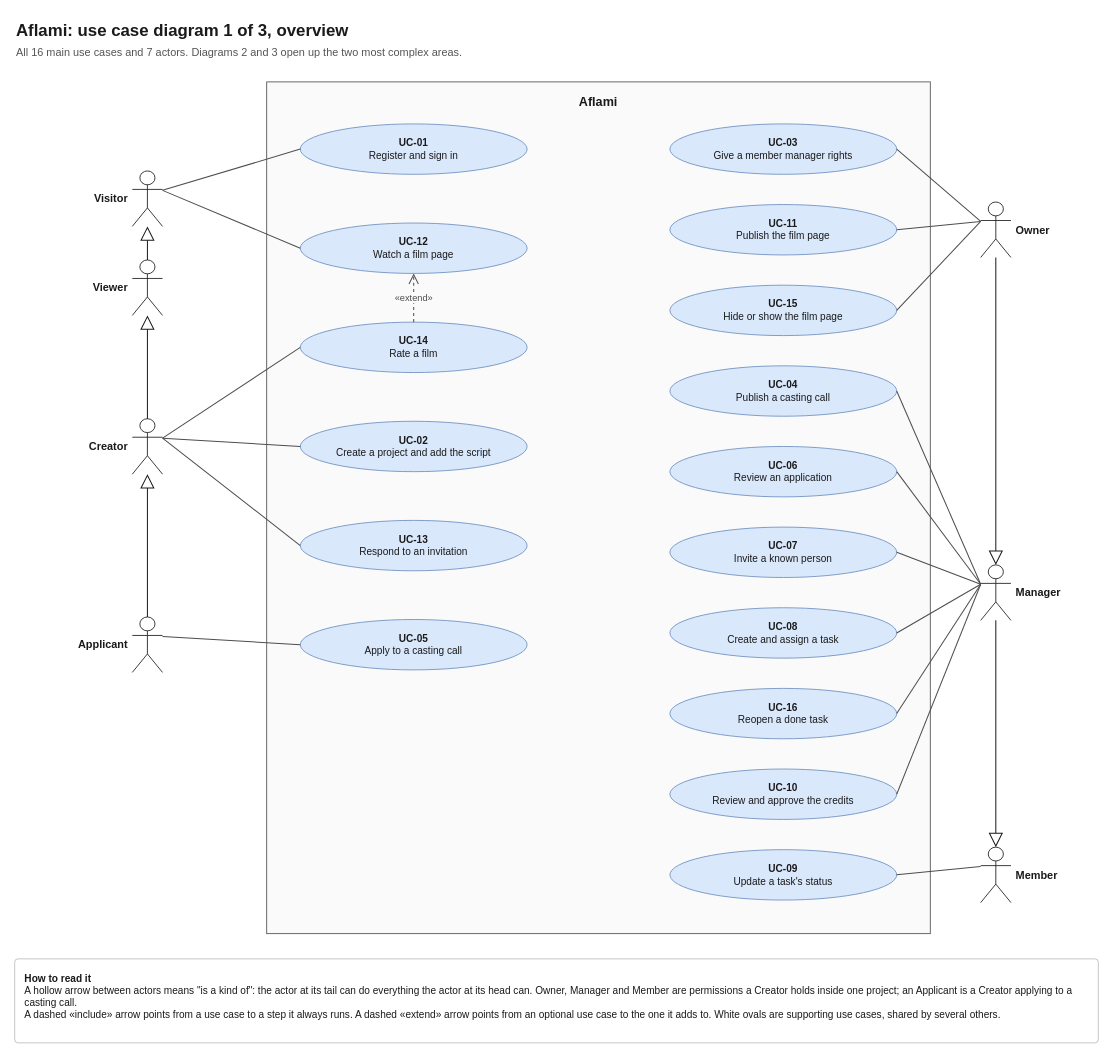
Before: design/diagrams/Aflami_Use_Case_Diagram.drawio in Anas-Azib/Aflami, a draw.io diagram. Source tidied: cells renumbered, new cells numbered last; positions are measured from the earlier drawing's top-left corner, leaving out a move shared by most shapes. Both pictures are drawn from the tidied source at 84%, with x=0, y=0 at pixel (14, 14).
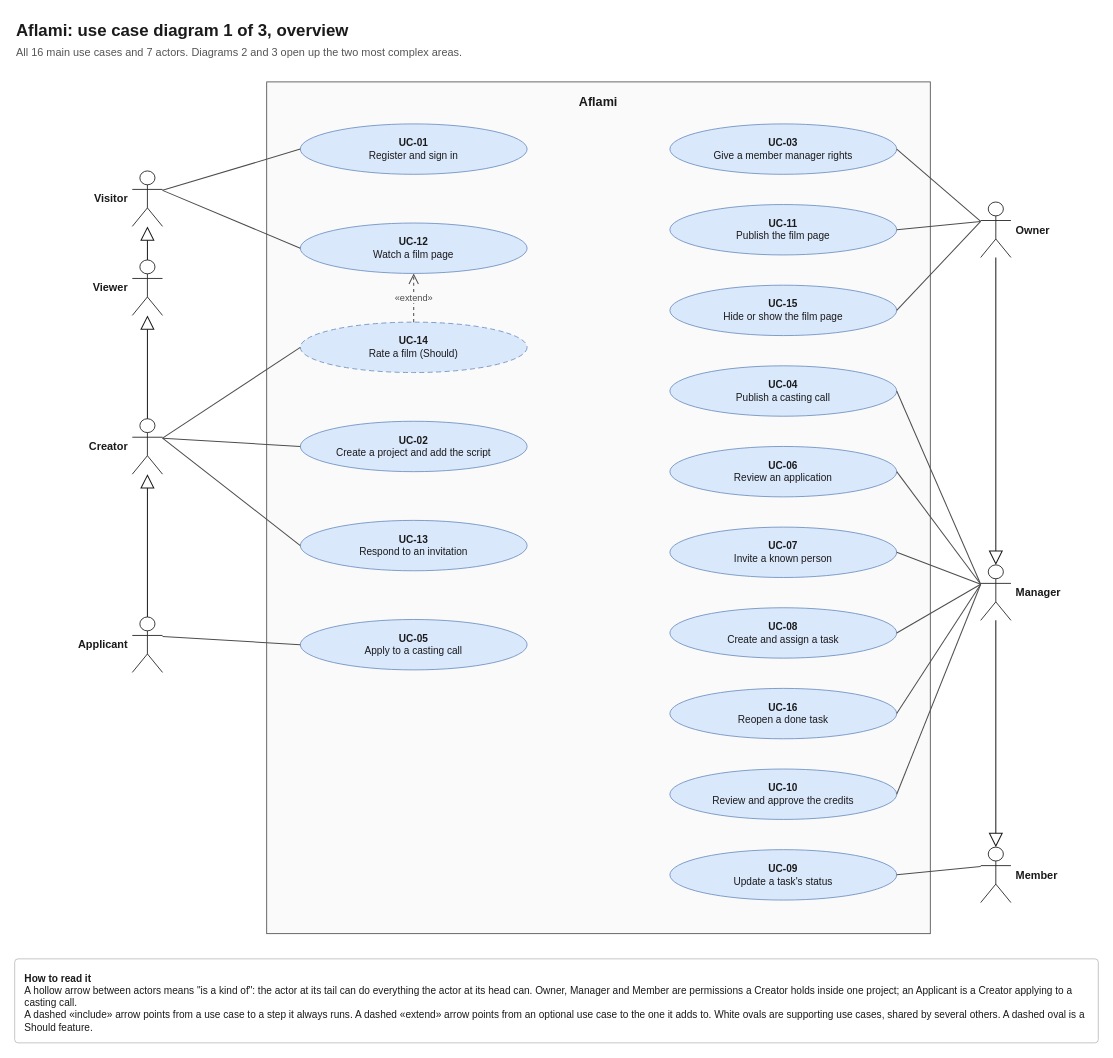
Above is the later version.

The edit, as a diff of the source:
```diff
@@
-    <mxCell id="6" value="&lt;b&gt;UC-14&lt;/b&gt;&lt;br&gt;Rate a film" style="ellipse;whiteSpace=wrap;html=1;fillColor=#DAE8FC;strokeColor=#6C8EBF;fontSize=12;fontColor=#1A1A1A;spacing=8;dashed=0;" parent="1" vertex="1">
+    <mxCell id="6" value="&lt;b&gt;UC-14&lt;/b&gt;&lt;br&gt;Rate a film (Should)" style="ellipse;whiteSpace=wrap;html=1;fillColor=#DAE8FC;strokeColor=#6C8EBF;fontSize=12;fontColor=#1A1A1A;spacing=8;dashed=1;dashPattern=6 4;" parent="1" vertex="1">
       <mxGeometry x="340" y="366" width="270" height="60" as="geometry" />
     </mxCell>
@@
-    <mxCell id="49" value="&lt;b&gt;How to read it&lt;/b&gt;&lt;br&gt;A hollow arrow between actors means &quot;is a kind of&quot;: the actor at its tail can do everything the actor at its head can. Owner, Manager and Member are permissions a Creator holds inside one project; an Applicant is a Creator applying to a casting call.&lt;br&gt;A dashed «include» arrow points from a use case to a step it always runs. A dashed «extend» arrow points from an optional use case to the one it adds to. White ovals are supporting use cases, shared by several others." style="rounded=1;whiteSpace=wrap;html=1;align=left;verticalAlign=top;spacing=12;fillColor=#FFFFFF;strokeColor=#BBBBBB;fontSize=12;fontColor=#1A1A1A;arcSize=4;" parent="1" vertex="1">
+    <mxCell id="49" value="&lt;b&gt;How to read it&lt;/b&gt;&lt;br&gt;A hollow arrow between actors means &quot;is a kind of&quot;: the actor at its tail can do everything the actor at its head can. Owner, Manager and Member are permissions a Creator holds inside one project; an Applicant is a Creator applying to a casting call.&lt;br&gt;A dashed «include» arrow points from a use case to a step it always runs. A dashed «extend» arrow points from an optional use case to the one it adds to. White ovals are supporting use cases, shared by several others. A dashed oval is a Should feature." style="rounded=1;whiteSpace=wrap;html=1;align=left;verticalAlign=top;spacing=12;fillColor=#FFFFFF;strokeColor=#BBBBBB;fontSize=12;fontColor=#1A1A1A;arcSize=4;" parent="1" vertex="1">
       <mxGeometry y="1124" width="1290" height="100" as="geometry" />
     </mxCell>
```
